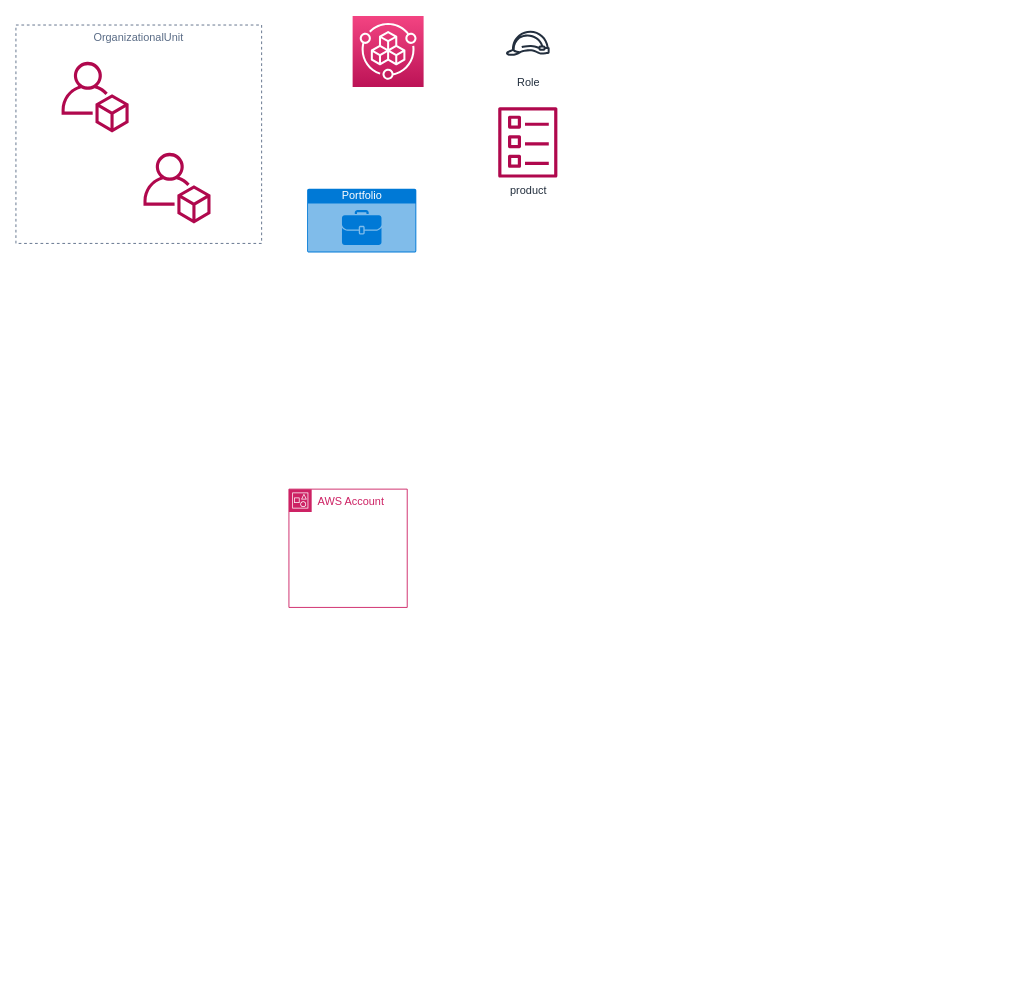
Earlier version of the draw.io diagram page "Page-1" (1 of 3) of service-catalog.drawio (klang/terraform-service-catalog). Source tidied: cells renumbered, new cells numbered last; positions are measured from the earlier drawing's top-left corner, leaving out a move shared by most shapes. Both pictures are drawn from the tidied source at 91%, with x=0, y=0 at pixel (15, 15).
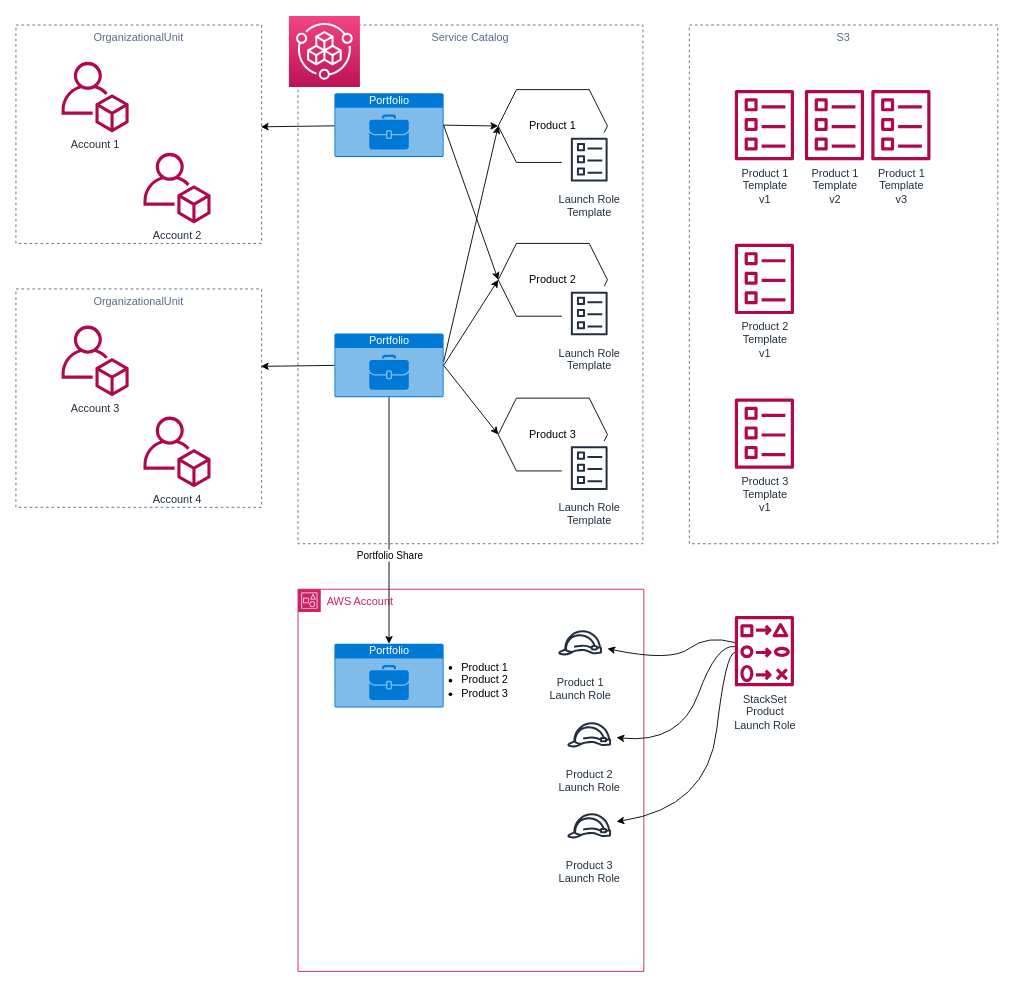
The same page after the edit.

Unchanged cells that the change refers to:
```xml
<mxCell id="2" value="OrganizationalUnit" style="fillColor=none;strokeColor=#5A6C86;dashed=1;verticalAlign=top;fontStyle=0;fontColor=#5A6C86;" parent="1" vertex="1">
  <mxGeometry y="10" width="270" height="240" as="geometry" />
</mxCell>
```

Change to the diagram source:
```diff
@@
+    <mxCell id="10" value="S3" style="fillColor=none;strokeColor=#5A6C86;dashed=1;verticalAlign=top;fontStyle=0;fontColor=#5A6C86;" parent="1" vertex="1">
+      <mxGeometry x="740" y="10" width="339" height="570" as="geometry" />
+    </mxCell>
+    <mxCell id="11" value="Service Catalog&#10;" style="fillColor=none;strokeColor=#5A6C86;dashed=1;verticalAlign=top;fontStyle=0;fontColor=#5A6C86;" parent="1" vertex="1">
+      <mxGeometry x="310" y="10" width="379" height="570" as="geometry" />
+    </mxCell>
@@
     <mxCell id="3" style="sketch=0;fontColor=#232F3E;gradientColor=#F34482;gradientDirection=north;fillColor=#BC1356;strokeColor=#ffffff;dashed=0;verticalLabelPosition=bottom;verticalAlign=top;align=center;html=1;fontSize=12;fontStyle=0;shape=mxgraph.aws4.resourceIcon;resIcon=mxgraph.aws4.service_catalog;" parent="1" vertex="1">
-      <mxGeometry x="370" width="78" height="78" as="geometry" />
+      <mxGeometry x="300" width="78" height="78" as="geometry" />
     </mxCell>
     <mxCell id="4" value="AWS Account" style="gradientColor=none;html=1;whiteSpace=wrap;fontSize=12;fontStyle=0;shape=mxgraph.aws4.group;grIcon=mxgraph.aws4.group_account;strokeColor=#CD2264;fillColor=none;verticalAlign=top;align=left;spacingLeft=30;fontColor=#CD2264;dashed=0;" parent="1" vertex="1">
-      <mxGeometry x="300" y="520" width="130" height="130" as="geometry" />
+      <mxGeometry x="310" y="630" width="380" height="420" as="geometry" />
     </mxCell>
+    <mxCell id="12" value="Portfolio" style="html=1;strokeColor=none;fillColor=#0079D6;labelPosition=center;verticalLabelPosition=middle;verticalAlign=top;align=center;fontSize=12;outlineConnect=0;spacingTop=-6;fontColor=#FFFFFF;sketch=0;shape=mxgraph.sitemap.portfolio;" parent="4" vertex="1">
+      <mxGeometry x="40" y="60" width="120" height="70" as="geometry" />
+    </mxCell>
+    <mxCell id="8" value="Product 1&lt;br&gt;Launch Role" style="sketch=0;outlineConnect=0;fontColor=#232F3E;gradientColor=none;strokeColor=#232F3E;fillColor=#ffffff;dashed=0;verticalLabelPosition=bottom;verticalAlign=top;align=center;html=1;fontSize=12;fontStyle=0;shape=mxgraph.aws4.resourceIcon;resIcon=mxgraph.aws4.role;" parent="4" vertex="1">
+      <mxGeometry x="280" y="29" width="60" height="60" as="geometry" />
+    </mxCell>
+    <mxCell id="13" value="Product 2&lt;br&gt;Launch Role" style="sketch=0;outlineConnect=0;fontColor=#232F3E;gradientColor=none;strokeColor=#232F3E;fillColor=#ffffff;dashed=0;verticalLabelPosition=bottom;verticalAlign=top;align=center;html=1;fontSize=12;fontStyle=0;shape=mxgraph.aws4.resourceIcon;resIcon=mxgraph.aws4.role;" parent="4" vertex="1">
+      <mxGeometry x="290" y="130" width="60" height="60" as="geometry" />
+    </mxCell>
+    <mxCell id="14" value="Product 3&lt;br&gt;Launch Role" style="sketch=0;outlineConnect=0;fontColor=#232F3E;gradientColor=none;strokeColor=#232F3E;fillColor=#ffffff;dashed=0;verticalLabelPosition=bottom;verticalAlign=top;align=center;html=1;fontSize=12;fontStyle=0;shape=mxgraph.aws4.resourceIcon;resIcon=mxgraph.aws4.role;" parent="4" vertex="1">
+      <mxGeometry x="290" y="230" width="60" height="60" as="geometry" />
+    </mxCell>
+    <mxCell id="15" value="&lt;ul&gt;&lt;li&gt;Product 1&lt;/li&gt;&lt;li&gt;Product 2&lt;/li&gt;&lt;li&gt;Product 3&lt;/li&gt;&lt;/ul&gt;" style="text;html=1;align=center;verticalAlign=middle;strokeColor=none;fillColor=none;" parent="4" vertex="1">
+      <mxGeometry x="130" y="60" width="110" height="80" as="geometry" />
+    </mxCell>
-    <mxCell id="5" style="sketch=0;fontColor=#232F3E;gradientColor=none;fillColor=#B0084D;strokeColor=none;dashed=0;verticalLabelPosition=bottom;verticalAlign=top;align=center;html=1;fontSize=12;fontStyle=0;shape=mxgraph.aws4.organizations_account;" parent="1" vertex="1">
+    <mxCell id="5" value="Account 1" style="sketch=0;fontColor=#232F3E;gradientColor=none;fillColor=#B0084D;strokeColor=none;dashed=0;verticalLabelPosition=bottom;verticalAlign=top;align=center;html=1;fontSize=12;fontStyle=0;shape=mxgraph.aws4.organizations_account;" parent="1" vertex="1">
       <mxGeometry x="50" y="50" width="74" height="78" as="geometry" />
     </mxCell>
-    <mxCell id="6" style="sketch=0;fontColor=#232F3E;gradientColor=none;fillColor=#B0084D;strokeColor=none;dashed=0;verticalLabelPosition=bottom;verticalAlign=top;align=center;html=1;fontSize=12;fontStyle=0;shape=mxgraph.aws4.organizations_account;" parent="1" vertex="1">
+    <mxCell id="6" value="Account 2" style="sketch=0;fontColor=#232F3E;gradientColor=none;fillColor=#B0084D;strokeColor=none;dashed=0;verticalLabelPosition=bottom;verticalAlign=top;align=center;html=1;fontSize=12;fontStyle=0;shape=mxgraph.aws4.organizations_account;" parent="1" vertex="1">
       <mxGeometry x="140" y="150" width="74" height="78" as="geometry" />
     </mxCell>
     <mxCell id="7" value="Portfolio" style="html=1;strokeColor=none;fillColor=#0079D6;labelPosition=center;verticalLabelPosition=middle;verticalAlign=top;align=center;fontSize=12;outlineConnect=0;spacingTop=-6;fontColor=#FFFFFF;sketch=0;shape=mxgraph.sitemap.portfolio;" parent="1" vertex="1">
-      <mxGeometry x="320" y="190" width="120" height="70" as="geometry" />
+      <mxGeometry x="350" y="85" width="120" height="70" as="geometry" />
     </mxCell>
-    <mxCell id="8" value="Role" style="sketch=0;outlineConnect=0;fontColor=#232F3E;gradientColor=none;strokeColor=#232F3E;fillColor=#ffffff;dashed=0;verticalLabelPosition=bottom;verticalAlign=top;align=center;html=1;fontSize=12;fontStyle=0;shape=mxgraph.aws4.resourceIcon;resIcon=mxgraph.aws4.role;" parent="1" vertex="1">
-      <mxGeometry x="532.5" width="60" height="60" as="geometry" />
-    </mxCell>
-    <mxCell id="9" value="product" style="sketch=0;fontColor=#232F3E;gradientColor=none;fillColor=#B0084D;strokeColor=none;dashed=0;verticalLabelPosition=bottom;verticalAlign=top;align=center;html=1;fontSize=12;fontStyle=0;shape=mxgraph.aws4.template;" parent="1" vertex="1">
-      <mxGeometry x="530" y="100" width="65" height="78" as="geometry" />
+    <mxCell id="9" value="Product 1&lt;br&gt;Template&lt;br&gt;v1" style="sketch=0;fontColor=#232F3E;gradientColor=none;fillColor=#B0084D;strokeColor=none;dashed=0;verticalLabelPosition=bottom;verticalAlign=top;align=center;html=1;fontSize=12;fontStyle=0;shape=mxgraph.aws4.template;" parent="1" vertex="1">
+      <mxGeometry x="790" y="81" width="65" height="78" as="geometry" />
     </mxCell>
+    <mxCell id="16" value="Product 1&lt;br&gt;Template&lt;br&gt;v2" style="sketch=0;fontColor=#232F3E;gradientColor=none;fillColor=#B0084D;strokeColor=none;dashed=0;verticalLabelPosition=bottom;verticalAlign=top;align=center;html=1;fontSize=12;fontStyle=0;shape=mxgraph.aws4.template;" parent="1" vertex="1">
+      <mxGeometry x="867" y="81" width="65" height="78" as="geometry" />
+    </mxCell>
+    <mxCell id="17" value="Product 1&lt;br&gt;Template&lt;br&gt;v3" style="sketch=0;fontColor=#232F3E;gradientColor=none;fillColor=#B0084D;strokeColor=none;dashed=0;verticalLabelPosition=bottom;verticalAlign=top;align=center;html=1;fontSize=12;fontStyle=0;shape=mxgraph.aws4.template;" parent="1" vertex="1">
+      <mxGeometry x="940" y="81" width="65" height="78" as="geometry" />
+    </mxCell>
+    <mxCell id="18" value="Product 2&lt;br&gt;Template&lt;br&gt;v1" style="sketch=0;fontColor=#232F3E;gradientColor=none;fillColor=#B0084D;strokeColor=none;dashed=0;verticalLabelPosition=bottom;verticalAlign=top;align=center;html=1;fontSize=12;fontStyle=0;shape=mxgraph.aws4.template;" parent="1" vertex="1">
+      <mxGeometry x="790" y="250" width="65" height="78" as="geometry" />
+    </mxCell>
+    <mxCell id="19" value="Product 3&lt;br&gt;Template&lt;br&gt;v1" style="sketch=0;fontColor=#232F3E;gradientColor=none;fillColor=#B0084D;strokeColor=none;dashed=0;verticalLabelPosition=bottom;verticalAlign=top;align=center;html=1;fontSize=12;fontStyle=0;shape=mxgraph.aws4.template;" parent="1" vertex="1">
+      <mxGeometry x="790" y="420" width="65" height="78" as="geometry" />
+    </mxCell>
+    <mxCell id="20" value="Product 1" style="shape=hexagon;perimeter=hexagonPerimeter2;whiteSpace=wrap;html=1;fixedSize=1;" parent="1" vertex="1">
+      <mxGeometry x="530" y="81" width="120" height="80" as="geometry" />
+    </mxCell>
+    <mxCell id="21" value="Launch Role&lt;br&gt;Template" style="sketch=0;fontColor=#232F3E;gradientColor=none;strokeColor=#232F3E;fillColor=#ffffff;dashed=0;verticalLabelPosition=bottom;verticalAlign=top;align=center;html=1;fontSize=12;fontStyle=0;shape=mxgraph.aws4.resourceIcon;resIcon=mxgraph.aws4.template;" parent="1" vertex="1">
+      <mxGeometry x="600" y="128" width="60" height="60" as="geometry" />
+    </mxCell>
+    <mxCell id="22" value="Product 2" style="shape=hexagon;perimeter=hexagonPerimeter2;whiteSpace=wrap;html=1;fixedSize=1;" parent="1" vertex="1">
+      <mxGeometry x="530" y="250" width="120" height="80" as="geometry" />
+    </mxCell>
+    <mxCell id="23" value="Launch Role&lt;br&gt;Template" style="sketch=0;fontColor=#232F3E;gradientColor=none;strokeColor=#232F3E;fillColor=#ffffff;dashed=0;verticalLabelPosition=bottom;verticalAlign=top;align=center;html=1;fontSize=12;fontStyle=0;shape=mxgraph.aws4.resourceIcon;resIcon=mxgraph.aws4.template;" parent="1" vertex="1">
+      <mxGeometry x="600" y="297" width="60" height="60" as="geometry" />
+    </mxCell>
+    <mxCell id="24" value="Product 3" style="shape=hexagon;perimeter=hexagonPerimeter2;whiteSpace=wrap;html=1;fixedSize=1;" parent="1" vertex="1">
+      <mxGeometry x="530" y="420" width="120" height="80" as="geometry" />
+    </mxCell>
+    <mxCell id="25" value="Launch Role&lt;br&gt;Template" style="sketch=0;fontColor=#232F3E;gradientColor=none;strokeColor=#232F3E;fillColor=#ffffff;dashed=0;verticalLabelPosition=bottom;verticalAlign=top;align=center;html=1;fontSize=12;fontStyle=0;shape=mxgraph.aws4.resourceIcon;resIcon=mxgraph.aws4.template;" parent="1" vertex="1">
+      <mxGeometry x="600" y="467" width="60" height="60" as="geometry" />
+    </mxCell>
+    <mxCell id="26" style="edgeStyle=orthogonalEdgeStyle;rounded=0;jettySize=auto;html=1;" parent="1" edge="1" source="28" target="12">
+      <mxGeometry relative="1" as="geometry" />
+    </mxCell>
+    <mxCell id="27" value="Portfolio Share" style="edgeLabel;html=1;align=center;verticalAlign=middle;" parent="26" vertex="1">
+      <mxGeometry x="0.28" relative="1" as="geometry" />
+    </mxCell>
+    <mxCell id="28" value="Portfolio" style="html=1;strokeColor=none;fillColor=#0079D6;labelPosition=center;verticalLabelPosition=middle;verticalAlign=top;align=center;fontSize=12;outlineConnect=0;spacingTop=-6;fontColor=#FFFFFF;sketch=0;shape=mxgraph.sitemap.portfolio;" parent="1" vertex="1">
+      <mxGeometry x="350" y="349" width="120" height="70" as="geometry" />
+    </mxCell>
+    <mxCell id="29" style="endArrow=classic;html=1;rounded=0;entryX=0;entryY=0.5;entryDx=0;entryDy=0;exitX=1;exitY=0.5;exitDx=0;exitDy=0;exitPerimeter=0;" parent="1" edge="1" source="28" target="22">
+      <mxGeometry relative="1" as="geometry" />
+    </mxCell>
+    <mxCell id="30" style="endArrow=classic;html=1;rounded=0;entryX=0;entryY=0.5;entryDx=0;entryDy=0;exitX=1;exitY=0.5;exitDx=0;exitDy=0;exitPerimeter=0;" parent="1" edge="1" source="28" target="24">
+      <mxGeometry relative="1" as="geometry" />
+    </mxCell>
+    <mxCell id="31" style="endArrow=classic;html=1;rounded=0;entryX=0;entryY=0.5;entryDx=0;entryDy=0;exitX=1;exitY=0.5;exitDx=0;exitDy=0;exitPerimeter=0;" parent="1" edge="1" source="7" target="20">
+      <mxGeometry relative="1" as="geometry" />
+    </mxCell>
+    <mxCell id="32" style="endArrow=classic;html=1;rounded=0;entryX=0;entryY=0.5;entryDx=0;entryDy=0;" parent="1" edge="1" target="20">
+      <mxGeometry relative="1" as="geometry">
+        <mxPoint x="470" y="380" as="sourcePoint" />
+      </mxGeometry>
+    </mxCell>
+    <mxCell id="33" style="endArrow=classic;html=1;rounded=0;exitX=1;exitY=0.5;exitDx=0;exitDy=0;exitPerimeter=0;" parent="1" edge="1" source="7">
+      <mxGeometry relative="1" as="geometry">
+        <mxPoint x="530" y="290" as="targetPoint" />
+      </mxGeometry>
+    </mxCell>
+    <mxCell id="34" style="endArrow=classic;html=1;rounded=0;entryX=0.997;entryY=0.466;entryDx=0;entryDy=0;entryPerimeter=0;" parent="1" edge="1" source="7" target="2">
+      <mxGeometry relative="1" as="geometry" />
+    </mxCell>
+    <mxCell id="35" value="OrganizationalUnit" style="fillColor=none;strokeColor=#5A6C86;dashed=1;verticalAlign=top;fontStyle=0;fontColor=#5A6C86;" parent="1" vertex="1">
+      <mxGeometry y="300" width="270" height="240" as="geometry" />
+    </mxCell>
+    <mxCell id="36" value="Account 3" style="sketch=0;fontColor=#232F3E;gradientColor=none;fillColor=#B0084D;strokeColor=none;dashed=0;verticalLabelPosition=bottom;verticalAlign=top;align=center;html=1;fontSize=12;fontStyle=0;shape=mxgraph.aws4.organizations_account;" parent="1" vertex="1">
+      <mxGeometry x="50" y="340" width="74" height="78" as="geometry" />
+    </mxCell>
+    <mxCell id="37" value="Account 4" style="sketch=0;fontColor=#232F3E;gradientColor=none;fillColor=#B0084D;strokeColor=none;dashed=0;verticalLabelPosition=bottom;verticalAlign=top;align=center;html=1;fontSize=12;fontStyle=0;shape=mxgraph.aws4.organizations_account;" parent="1" vertex="1">
+      <mxGeometry x="140" y="440" width="74" height="78" as="geometry" />
+    </mxCell>
+    <mxCell id="38" value="StackSet&lt;br&gt;Product&lt;br&gt;Launch Role" style="sketch=0;outlineConnect=0;fontColor=#232F3E;gradientColor=none;fillColor=#B0084D;strokeColor=none;dashed=0;verticalLabelPosition=bottom;verticalAlign=top;align=center;html=1;fontSize=12;fontStyle=0;shape=mxgraph.aws4.change_set;" parent="1" vertex="1">
+      <mxGeometry x="790" y="659" width="65" height="78" as="geometry" />
+    </mxCell>
+    <mxCell id="39" style="curved=1;endArrow=classic;html=1;rounded=0;" parent="1" edge="1" source="38" target="8">
+      <mxGeometry relative="1" as="geometry">
+        <Array as="points">
+          <mxPoint x="760" y="680" />
+          <mxPoint x="720" y="710" />
+        </Array>
+      </mxGeometry>
+    </mxCell>
+    <mxCell id="40" style="curved=1;endArrow=classic;html=1;rounded=0;" parent="1" edge="1" source="38" target="13">
+      <mxGeometry relative="1" as="geometry">
+        <Array as="points">
+          <mxPoint x="770" y="690" />
+          <mxPoint x="730" y="800" />
+        </Array>
+      </mxGeometry>
+    </mxCell>
+    <mxCell id="41" style="curved=1;endArrow=classic;html=1;rounded=0;" parent="1" edge="1" source="38" target="14">
+      <mxGeometry relative="1" as="geometry">
+        <Array as="points">
+          <mxPoint x="780" y="700" />
+          <mxPoint x="760" y="870" />
+        </Array>
+      </mxGeometry>
+    </mxCell>
+    <mxCell id="42" style="endArrow=classic;html=1;rounded=0;entryX=0.997;entryY=0.466;entryDx=0;entryDy=0;entryPerimeter=0;" parent="1" edge="1">
+      <mxGeometry relative="1" as="geometry">
+        <mxPoint x="350" y="384" as="sourcePoint" />
+        <mxPoint x="269.2" y="385.1" as="targetPoint" />
+      </mxGeometry>
+    </mxCell>
```
